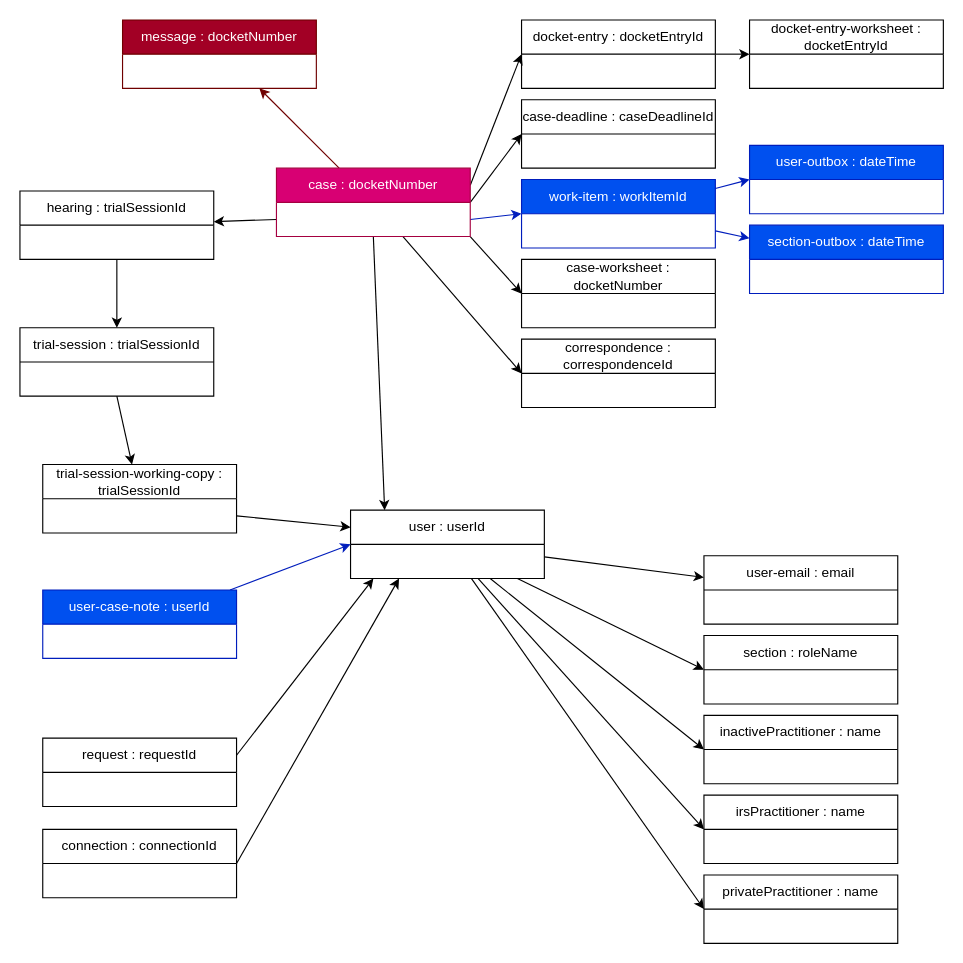
Before: docs/postgres/dynamo-db-entities.drawio in ustaxcourt/ef-cms, a draw.io diagram. Source tidied: cells renumbered, new cells numbered last; positions are measured from the earlier drawing's top-left corner, leaving out a move shared by most shapes. Both pictures are drawn from the tidied source at 114%, with x=0, y=0 at pixel (19, 19).
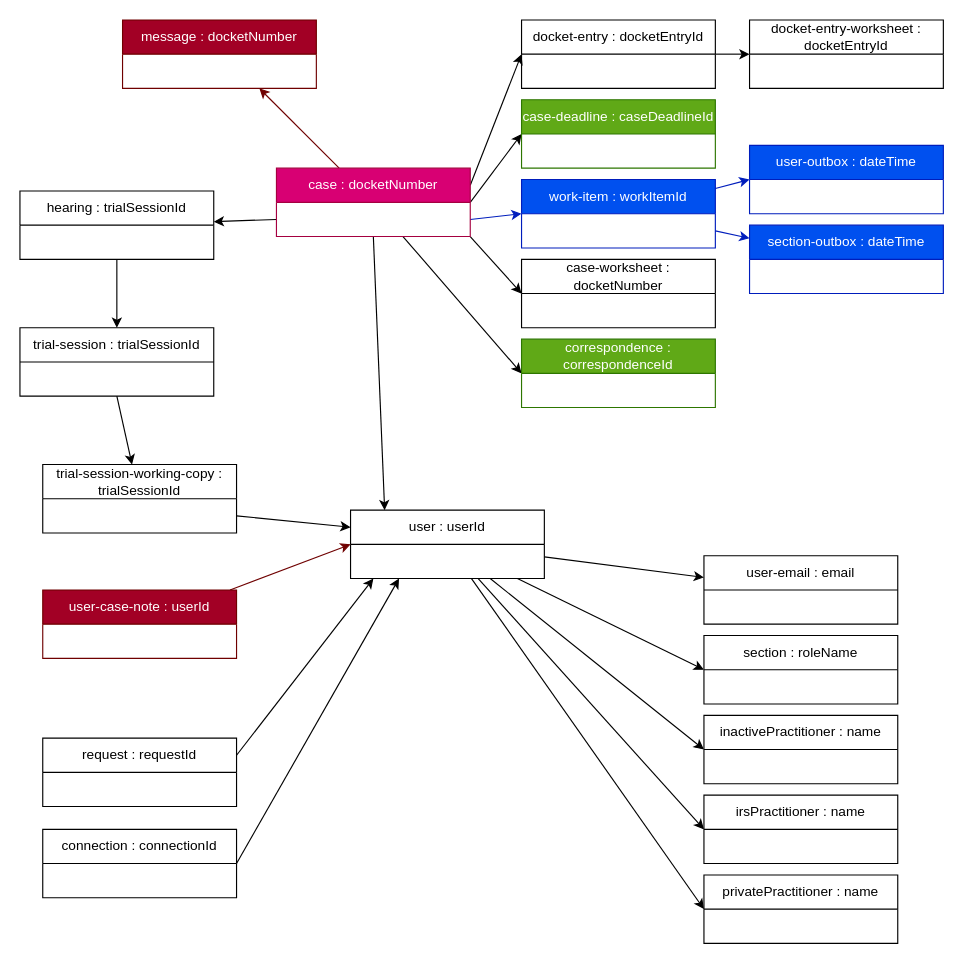
Above is the later version.

The change refers to these unchanged cells:
```xml
<mxCell id="21" value="user : userId" style="swimlane;fontStyle=0;horizontal=1;startSize=30;whiteSpace=wrap;html=1;" parent="1" vertex="1">
  <mxGeometry x="290" y="430" width="170" height="60" as="geometry" />
</mxCell>
```

Diff of the diagram source:
```diff
@@
-    <mxCell id="12" value="case-deadline : caseDeadlineId" style="swimlane;fontStyle=0;horizontal=1;startSize=30;whiteSpace=wrap;html=1;" parent="1" vertex="1">
+    <mxCell id="12" value="case-deadline : caseDeadlineId" style="swimlane;fontStyle=0;horizontal=1;startSize=30;whiteSpace=wrap;html=1;fillColor=#60a917;fontColor=#ffffff;strokeColor=#2D7600;" parent="1" vertex="1">
       <mxGeometry x="440" y="70" width="170" height="60" as="geometry" />
     </mxCell>
@@
-    <mxCell id="34" value="correspondence : correspondenceId" style="swimlane;fontStyle=0;horizontal=1;startSize=30;whiteSpace=wrap;html=1;" parent="1" vertex="1">
+    <mxCell id="34" value="correspondence : correspondenceId" style="swimlane;fontStyle=0;horizontal=1;startSize=30;whiteSpace=wrap;html=1;fillColor=#60a917;fontColor=#ffffff;strokeColor=#2D7600;" parent="1" vertex="1">
       <mxGeometry x="440" y="280" width="170" height="60" as="geometry" />
     </mxCell>
-    <mxCell id="35" style="edgeStyle=none;html=1;entryX=0;entryY=0.5;entryDx=0;entryDy=0;fillColor=#0050ef;strokeColor=#001DBC;" parent="1" edge="1" source="36" target="21">
+    <mxCell id="35" style="edgeStyle=none;html=1;entryX=0;entryY=0.5;entryDx=0;entryDy=0;fillColor=#a20025;strokeColor=#6F0000;" parent="1" edge="1" source="36" target="21">
       <mxGeometry relative="1" as="geometry" />
     </mxCell>
-    <mxCell id="36" value="user-case-note : userId" style="swimlane;fontStyle=0;horizontal=1;startSize=30;whiteSpace=wrap;html=1;fillColor=#0050ef;fontColor=#ffffff;strokeColor=#001DBC;" parent="1" vertex="1">
+    <mxCell id="36" value="user-case-note : userId" style="swimlane;fontStyle=0;horizontal=1;startSize=30;whiteSpace=wrap;html=1;fillColor=#a20025;fontColor=#ffffff;strokeColor=#6F0000;" parent="1" vertex="1">
       <mxGeometry x="20" y="500" width="170" height="60" as="geometry" />
     </mxCell>
```
